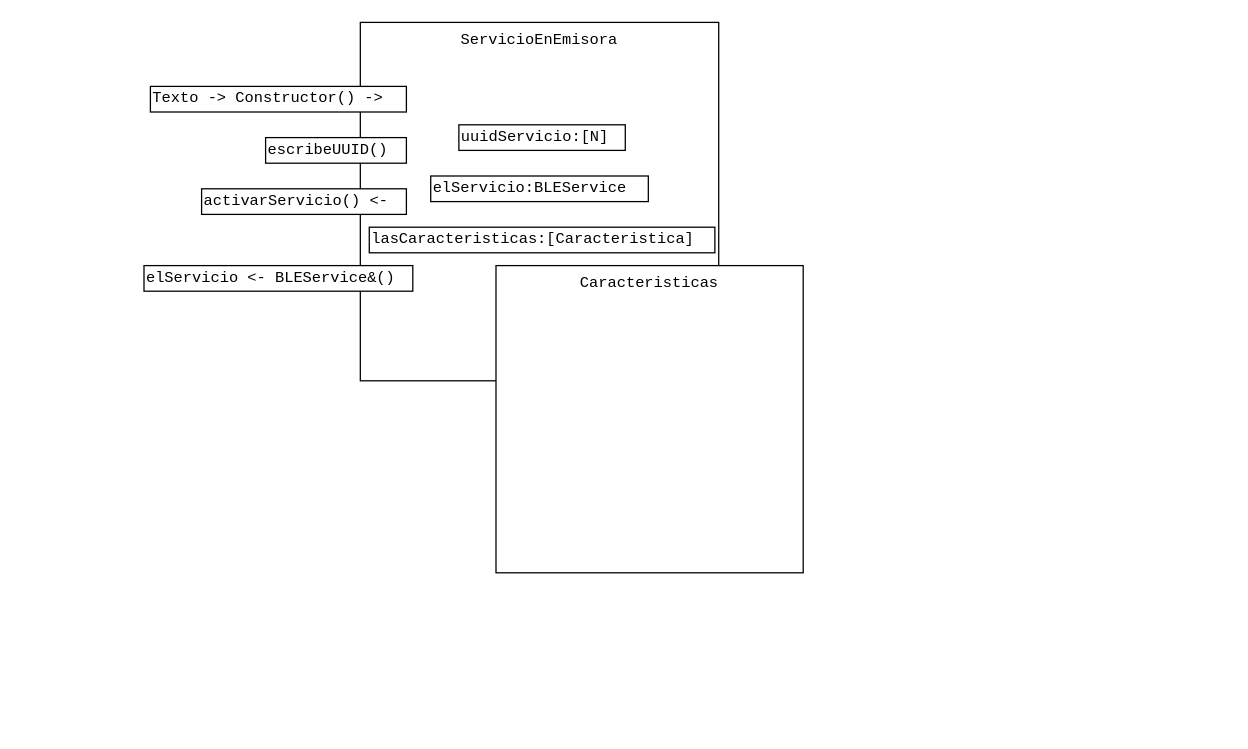
gti-Proyecto-Mediambental/Arduino keeps this draw.io diagram as doc/Draw.io/ServecioEnEmisoraDiseño.drawio. Above is the earlier version. Source tidied: cells renumbered, new cells numbered last; positions are measured from the earlier drawing's top-left corner, leaving out a move shared by most shapes. Both pictures are drawn from the tidied source at 128%, with x=0, y=0 at pixel (143, 22).
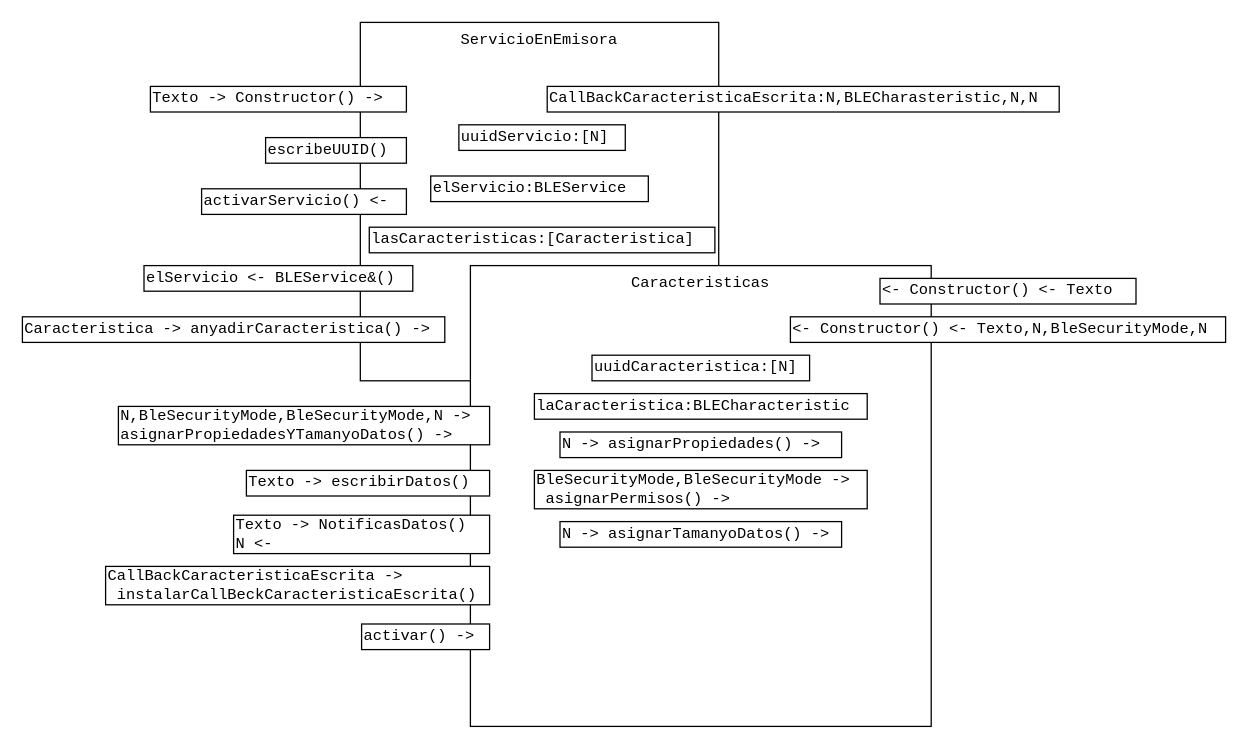
Above is the later version.

The edit, as a diff of the source:
```diff
@@
     <mxCell id="10" value="Caracteristicas" style="whiteSpace=wrap;html=1;fontFamily=Courier New;verticalAlign=top;" parent="1" vertex="1">
-      <mxGeometry x="275" y="190" width="240" height="240" as="geometry" />
+      <mxGeometry x="255" y="190" width="360" height="360" as="geometry" />
     </mxCell>
+    <mxCell id="11" value="uuidCaracteristica:[N]" style="rounded=0;whiteSpace=wrap;html=1;fontFamily=Courier New;verticalAlign=middle;align=left;" parent="1" vertex="1">
+      <mxGeometry x="350" y="260" width="170" height="20" as="geometry" />
+    </mxCell>
+    <mxCell id="12" value="laCaracteristica:BLECharacteristic" style="rounded=0;whiteSpace=wrap;html=1;fontFamily=Courier New;align=left;" parent="1" vertex="1">
+      <mxGeometry x="305" y="290" width="260" height="20" as="geometry" />
+    </mxCell>
+    <mxCell id="13" value="N -&amp;gt; asignarPropiedades() -&amp;gt;" style="rounded=0;whiteSpace=wrap;html=1;fontFamily=Courier New;align=left;" parent="1" vertex="1">
+      <mxGeometry x="325" y="320" width="220" height="20" as="geometry" />
+    </mxCell>
+    <mxCell id="14" value="BleSecurityMode,BleSecurityMode -&amp;gt;&lt;br&gt;&amp;nbsp;asignarPermisos() -&amp;gt;" style="rounded=0;whiteSpace=wrap;html=1;fontFamily=Courier New;align=left;" parent="1" vertex="1">
+      <mxGeometry x="305" y="350" width="260" height="30" as="geometry" />
+    </mxCell>
+    <mxCell id="15" value="N -&amp;gt; asignarTamanyoDatos() -&amp;gt;" style="rounded=0;whiteSpace=wrap;html=1;fontFamily=Courier New;align=left;" parent="1" vertex="1">
+      <mxGeometry x="325" y="390" width="220" height="20" as="geometry" />
+    </mxCell>
+    <mxCell id="16" value="CallBackCaracteristicaEscrita:N,BLECharasteristic,N,N" style="rounded=0;whiteSpace=wrap;html=1;fontFamily=Courier New;align=left;" parent="1" vertex="1">
+      <mxGeometry x="315" y="50" width="400" height="20" as="geometry" />
+    </mxCell>
+    <mxCell id="17" value="Caracteristica -&amp;gt; anyadirCaracteristica() -&amp;gt;" style="rounded=0;whiteSpace=wrap;html=1;fontFamily=Courier New;align=left;" parent="1" vertex="1">
+      <mxGeometry x="-95" y="230" width="330" height="20" as="geometry" />
+    </mxCell>
+    <mxCell id="18" value="&amp;lt;- Constructor() &amp;lt;- Texto" style="rounded=0;whiteSpace=wrap;html=1;fontFamily=Courier New;align=left;" parent="1" vertex="1">
+      <mxGeometry x="575" y="200" width="200" height="20" as="geometry" />
+    </mxCell>
+    <mxCell id="19" value="&amp;lt;- Constructor() &amp;lt;- Texto,N,BleSecurityMode,N" style="rounded=0;whiteSpace=wrap;html=1;fontFamily=Courier New;align=left;" parent="1" vertex="1">
+      <mxGeometry x="505" y="230" width="340" height="20" as="geometry" />
+    </mxCell>
+    <mxCell id="20" value="N,BleSecurityMode,BleSecurityMode,N -&amp;gt; &lt;br&gt;asignarPropiedadesYTamanyoDatos() -&amp;gt;" style="rounded=0;whiteSpace=wrap;html=1;fontFamily=Courier New;align=left;" parent="1" vertex="1">
+      <mxGeometry x="-20" y="300" width="290" height="30" as="geometry" />
+    </mxCell>
+    <mxCell id="21" value="Texto -&amp;gt; escribirDatos()" style="rounded=0;whiteSpace=wrap;html=1;fontFamily=Courier New;align=left;" parent="1" vertex="1">
+      <mxGeometry x="80" y="350" width="190" height="20" as="geometry" />
+    </mxCell>
+    <mxCell id="22" value="Texto -&amp;gt; NotificasDatos()&lt;br&gt;N &amp;lt;-" style="rounded=0;whiteSpace=wrap;html=1;fontFamily=Courier New;align=left;" parent="1" vertex="1">
+      <mxGeometry x="70" y="385" width="200" height="30" as="geometry" />
+    </mxCell>
+    <mxCell id="23" value="CallBackCaracteristicaEscrita -&amp;gt;&lt;br&gt;&amp;nbsp;instalarCallBeckCaracteristicaEscrita()" style="rounded=0;whiteSpace=wrap;html=1;fontFamily=Courier New;align=left;" parent="1" vertex="1">
+      <mxGeometry x="-30" y="425" width="300" height="30" as="geometry" />
+    </mxCell>
+    <mxCell id="24" value="activar() -&amp;gt;" style="rounded=0;whiteSpace=wrap;html=1;fontFamily=Courier New;align=left;" parent="1" vertex="1">
+      <mxGeometry x="170" y="470" width="100" height="20" as="geometry" />
+    </mxCell>
```
